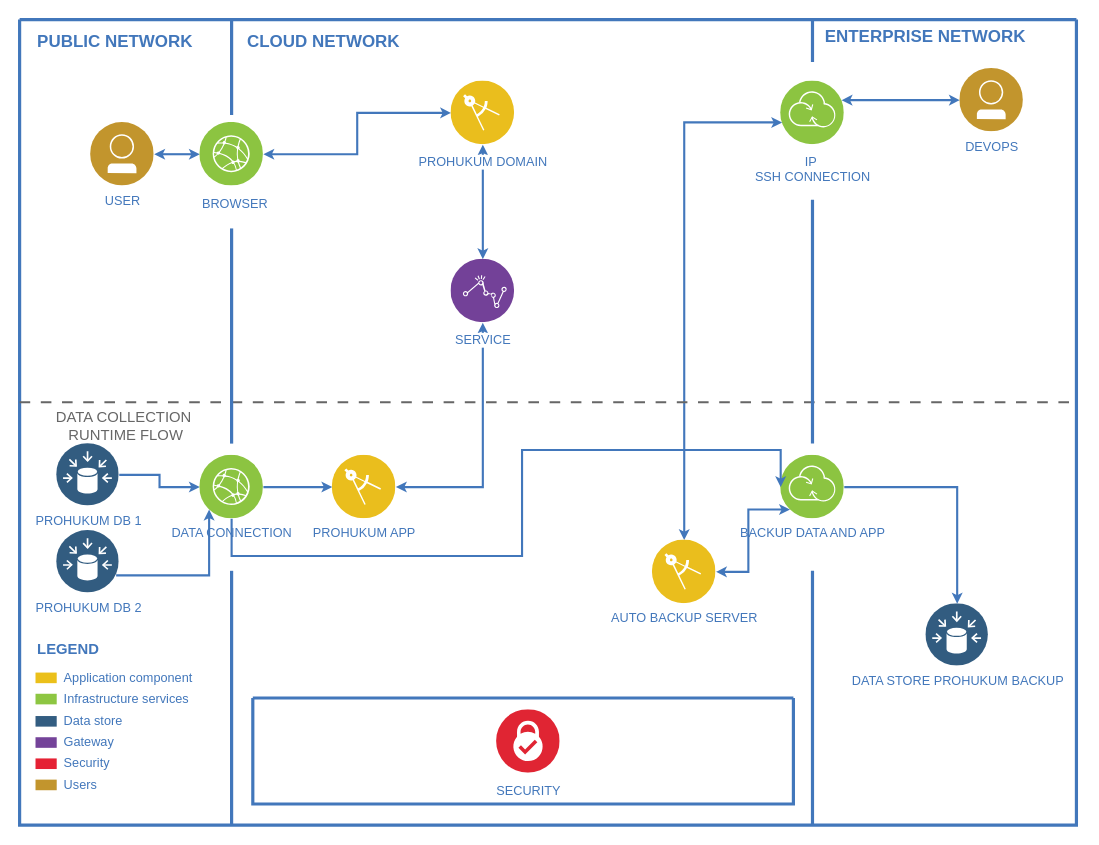
Earlier version of the draw.io diagram Server Map.drawio (rascaldkny/project1). Source tidied: cells renumbered, new cells numbered last; positions are measured from the earlier drawing's top-left corner, leaving out a move shared by most shapes. Both pictures are drawn from the tidied source at 106%, with x=0, y=0 at pixel (19, 19).
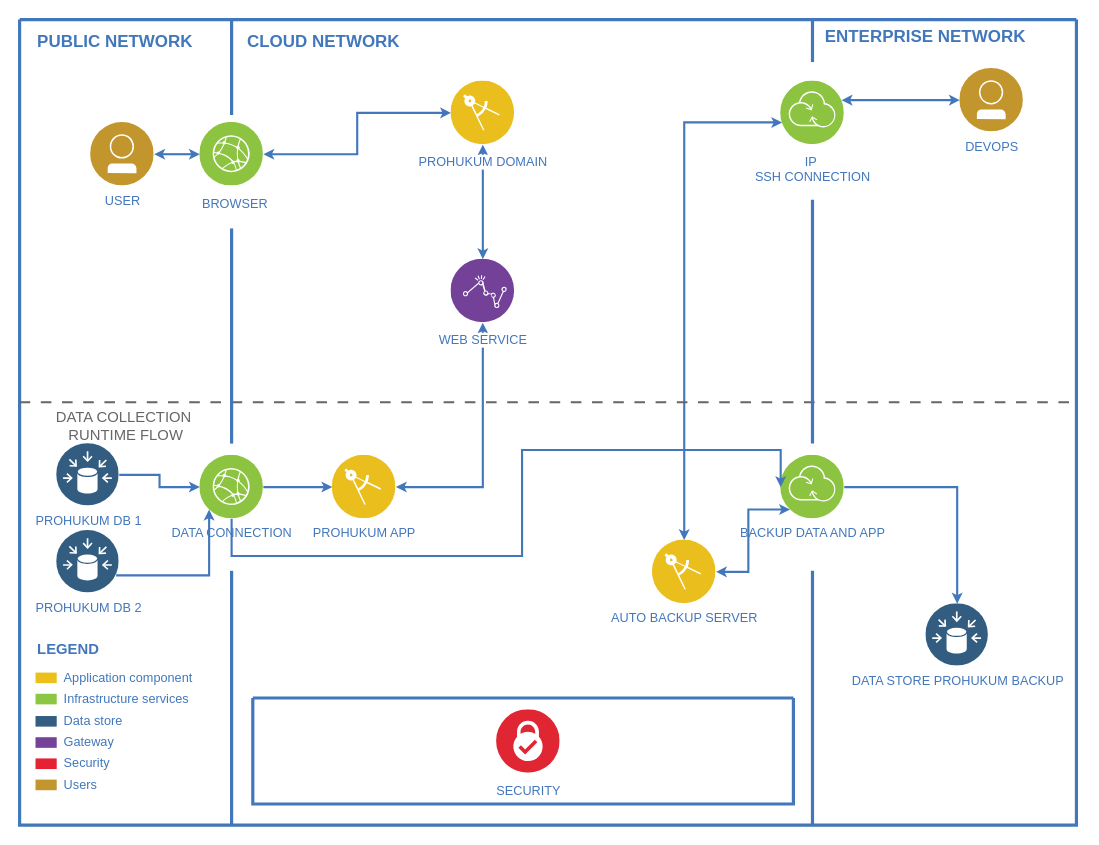
After the change.

Unchanged cells that the change refers to:
```xml
<mxCell id="2" style="swimlane;shadow=0;strokeColor=#4277BB;fillColor=#ffffff;fontColor=none;align=right;startSize=0;noLabel=1;strokeWidth=3;" parent="1" vertex="1">
  <mxGeometry width="997" height="760" as="geometry" />
</mxCell>
```

The edit, as a diff of the source:
```diff
@@
-    <mxCell id="31" value="SERVICE" style="perimeter=ellipsePerimeter;html=1;align=center;shadow=0;dashed=0;image;image=img/lib/ibm/analytics/analytics.svg;labelBackgroundColor=#ffffff;strokeColor=#4277BB;strokeWidth=2;fillColor=none;gradientColor=none;fontSize=12;fontColor=#4277BB;spacingTop=3;" parent="2" vertex="1">
+    <mxCell id="31" value="WEB SERVICE" style="perimeter=ellipsePerimeter;html=1;align=center;shadow=0;dashed=0;image;image=img/lib/ibm/analytics/analytics.svg;labelBackgroundColor=#ffffff;strokeColor=#4277BB;strokeWidth=2;fillColor=none;gradientColor=none;fontSize=12;fontColor=#4277BB;spacingTop=3;" parent="2" vertex="1">
       <mxGeometry x="407" y="226" width="60" height="60" as="geometry" />
     </mxCell>
```
